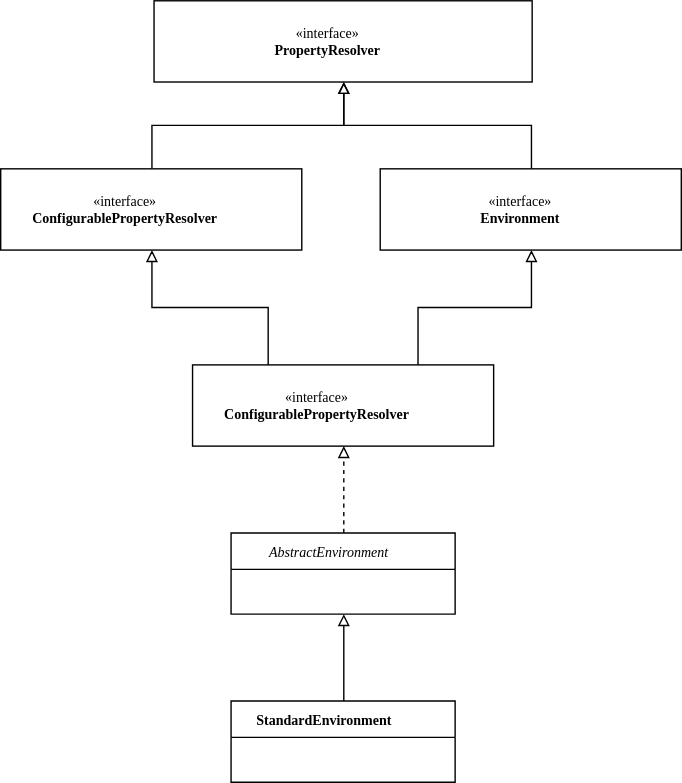
The draw.io diagram notes/diagrams/StandardEnvironment.svg in danny460/spring-source-reading, before a commit. Source tidied: cells renumbered, new cells last; positions are measured from the earlier drawing's top-left corner, leaving out a move shared by most shapes.
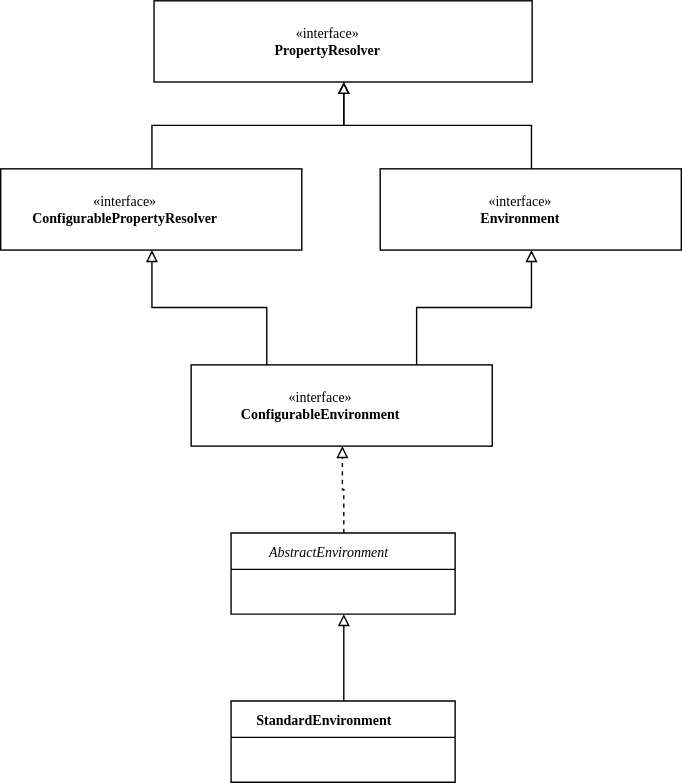
The same file after the commit.

Diff of the diagram source:
```diff
@@ -23,8 +23,8 @@
     <mxCell id="8" style="edgeStyle=orthogonalEdgeStyle;rounded=0;html=1;exitX=0.75;exitY=0;endArrow=block;endFill=0;jettySize=auto;" parent="1" edge="1" source="9" target="4">
       <mxGeometry relative="1" as="geometry" />
     </mxCell>
-    <mxCell id="9" value="«interface»&lt;br&gt;&lt;b&gt;ConfigurablePropertyResolver&lt;/b&gt;" style="html=1;rounded=0;shadow=0;comic=0;labelBackgroundColor=none;strokeColor=#000000;strokeWidth=1;fillColor=#ffffff;fontFamily=Verdana;fontSize=10;fontColor=#000000;align=center;" parent="1" vertex="1">
-      <mxGeometry x="137" y="260" width="215" height="58" as="geometry" />
+    <mxCell id="9" value="«interface»&lt;br&gt;&lt;b&gt;ConfigurableEnvironment&lt;/b&gt;" style="html=1;rounded=0;shadow=0;comic=0;labelBackgroundColor=none;strokeColor=#000000;strokeWidth=1;fillColor=#ffffff;fontFamily=Verdana;fontSize=10;fontColor=#000000;align=center;" parent="1" vertex="1">
+      <mxGeometry x="136" y="260" width="215" height="58" as="geometry" />
     </mxCell>
     <mxCell id="10" style="edgeStyle=orthogonalEdgeStyle;rounded=0;html=1;exitX=0.5;exitY=0;endArrow=block;endFill=0;jettySize=auto;dashed=1;" parent="1" edge="1" source="11" target="9">
       <mxGeometry relative="1" as="geometry" />
```
